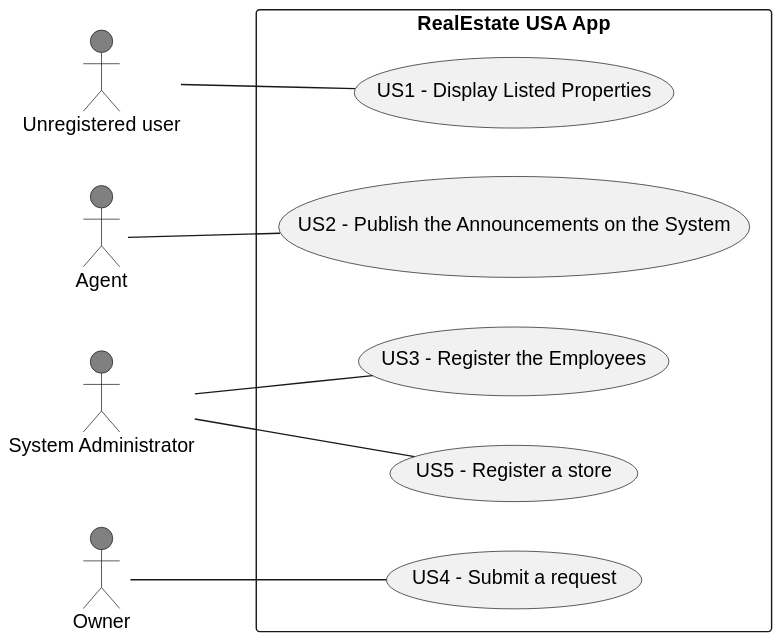
The PlantUML diagram docs/sprintB/global-artifacts/01.requirements-engineering/svg/use-case-diagram.svg in 1220812/LAPR2, before a commit. Its diagram source:
```plantuml
@startuml
left to right direction

actor "Unregistered user" as unUser #grey
actor "Agent" as Agent #grey
actor "System Administrator" as Admin #grey
actor "Owner" as Owner #grey

rectangle "RealEstate USA App"{
 usecase "US1 - Display Listed Properties" as UC1
 usecase "US2 - Publish the Announcements on the System" as UC2
 usecase "US4 - Submit a request" as UC4
 usecase "US5 - Register a store" as UC5
 usecase "US3 - Register the Employees" as UC3
 }
 unUser -- UC1
 Agent -- UC2
 Admin -- UC5
 Admin -- UC3
 Owner -- UC4
@enduml
```
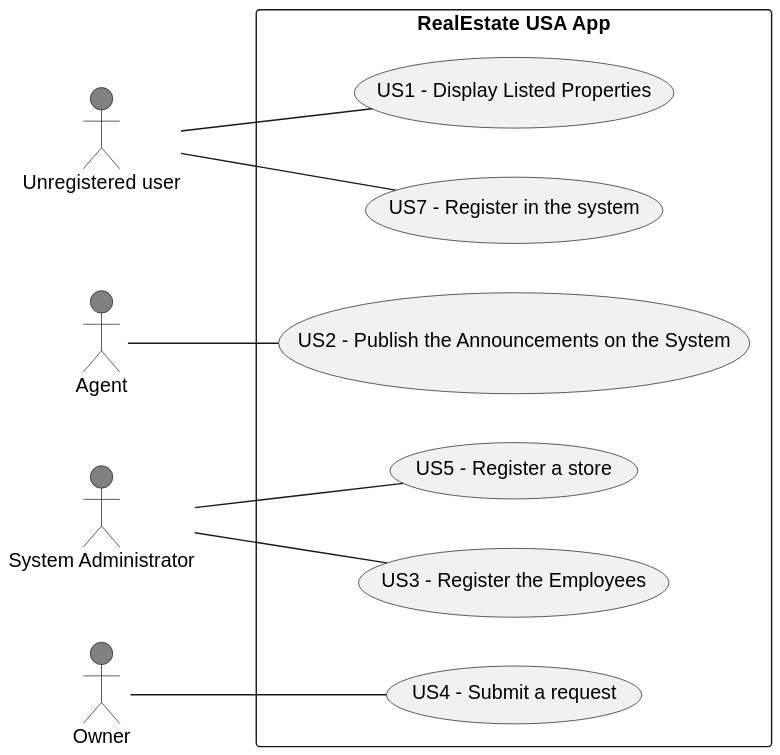
The same file after the commit.

Commit message:
updates in the design of us 007, in the us 004 and the use case diagram

The edit, as a diff of the source:
```diff
@@ -8,6 +8,7 @@
 
 rectangle "RealEstate USA App"{
  usecase "US1 - Display Listed Properties" as UC1
+ usecase "US7 - Register in the system" as UC7
  usecase "US2 - Publish the Announcements on the System" as UC2
  usecase "US4 - Submit a request" as UC4
  usecase "US5 - Register a store" as UC5
@@ -18,4 +19,5 @@
  Admin -- UC5
  Admin -- UC3
  Owner -- UC4
+ unUser -- UC7
 @enduml
```
